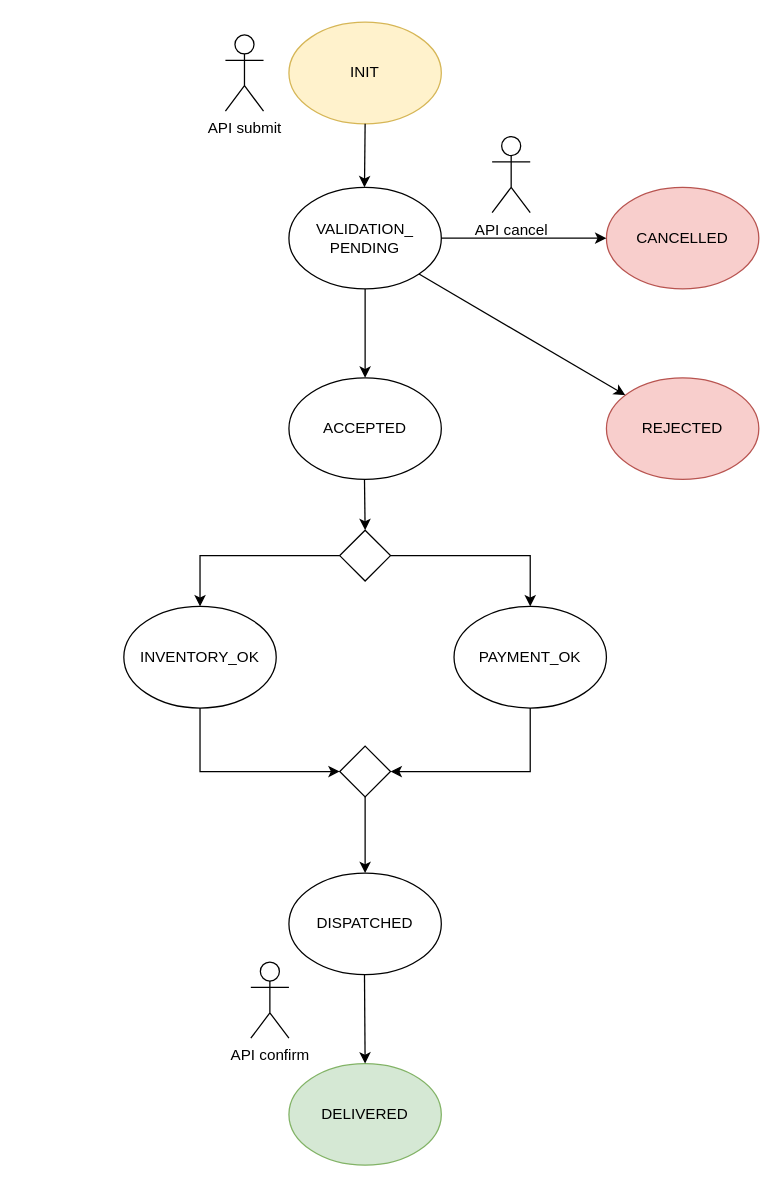
dcharilas-kc/spring-statemachine-demo keeps this draw.io diagram as order_statedrawio.drawio. Above is the earlier version. Source tidied: cells renumbered, new cells numbered last; positions are measured from the earlier drawing's top-left corner, leaving out a move shared by most shapes. Both pictures are drawn from the tidied source at 127%, with x=0, y=0 at pixel (123, 22).
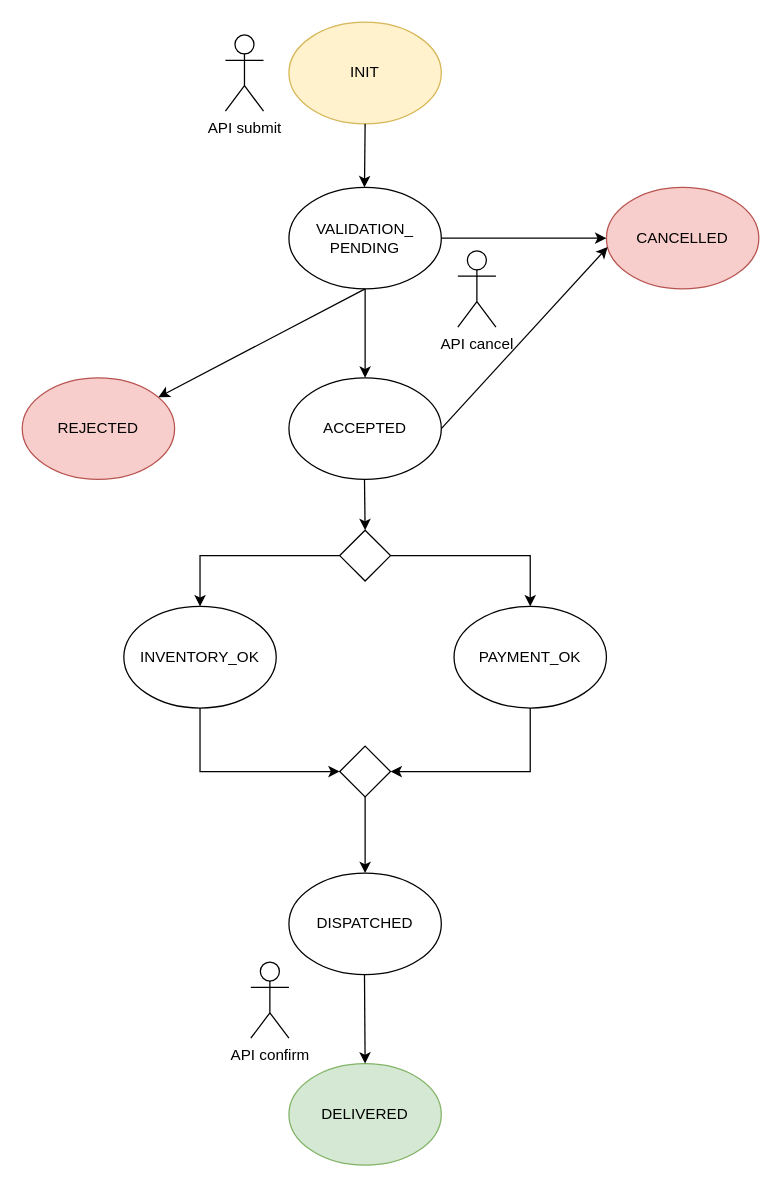
The same diagram, later.

Unchanged cells that the change refers to:
```xml
<mxCell id="2" value="VALIDATION_ PENDING" style="ellipse;whiteSpace=wrap;html=1;" parent="1" vertex="1">
  <mxGeometry x="130" y="130" width="120" height="80" as="geometry" />
</mxCell>
<mxCell id="4" value="CANCELLED" style="ellipse;whiteSpace=wrap;html=1;fillColor=#f8cecc;strokeColor=#b85450;" parent="1" vertex="1">
  <mxGeometry x="380" y="130" width="120" height="80" as="geometry" />
</mxCell>
<mxCell id="21" value="ACCEPTED" style="ellipse;whiteSpace=wrap;html=1;" parent="1" vertex="1">
  <mxGeometry x="130" y="280" width="120" height="80" as="geometry" />
</mxCell>
```

Change to the diagram source:
```diff
@@
     <mxCell id="5" value="REJECTED" style="ellipse;whiteSpace=wrap;html=1;fillColor=#f8cecc;strokeColor=#b85450;" parent="1" vertex="1">
-      <mxGeometry x="380" y="280" width="120" height="80" as="geometry" />
+      <mxGeometry x="-80" y="280" width="120" height="80" as="geometry" />
     </mxCell>
@@
-    <mxCell id="9" style="endArrow=classic;html=1;rounded=0;exitX=1;exitY=1;exitDx=0;exitDy=0;" parent="1" edge="1" source="2" target="5">
+    <mxCell id="9" style="endArrow=classic;html=1;rounded=0;exitX=0.5;exitY=1;exitDx=0;exitDy=0;" parent="1" edge="1" source="2" target="5">
       <mxGeometry relative="1" as="geometry" />
     </mxCell>
@@
     <mxCell id="12" value="API cancel" style="shape=umlActor;verticalLabelPosition=bottom;verticalAlign=top;html=1;" parent="1" vertex="1">
-      <mxGeometry x="290" y="90" width="30" height="60" as="geometry" />
+      <mxGeometry x="263" y="180" width="30" height="60" as="geometry" />
     </mxCell>
@@
+    <mxCell id="27" style="endArrow=classic;html=1;rounded=0;exitX=1;exitY=0.5;exitDx=0;exitDy=0;entryX=0.008;entryY=0.588;entryDx=0;entryDy=0;entryPerimeter=0;" parent="1" edge="1" source="21" target="4">
+      <mxGeometry relative="1" as="geometry" />
+    </mxCell>
```
